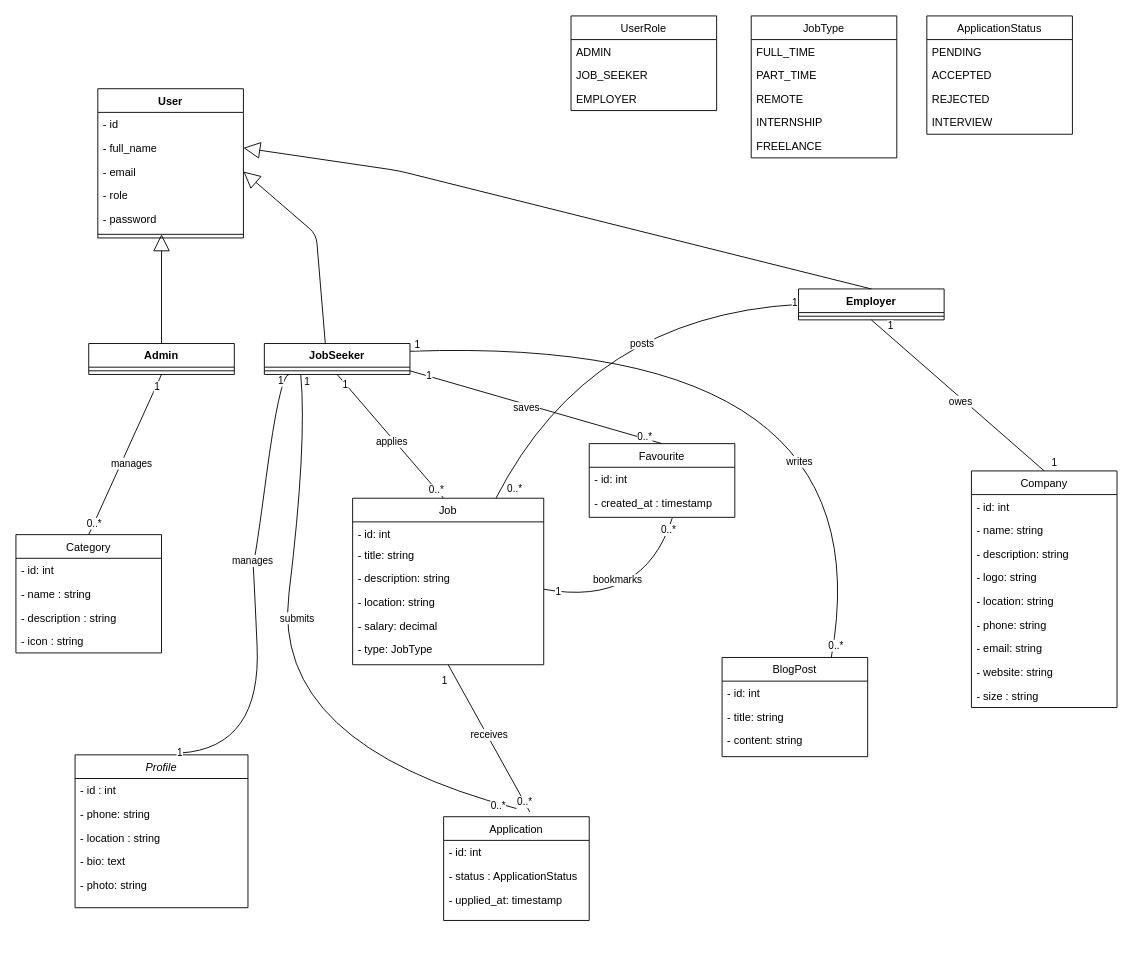
This is conception/uml_class.drawio from alimouad/job_portal_laravel, a draw.io file, before an edit. Source tidied: cells renumbered, new cells numbered last; positions are measured from the earlier drawing's top-left corner, leaving out a move shared by most shapes. Both pictures are drawn from the tidied source at 91%, with x=0, y=0 at pixel (15, 15).
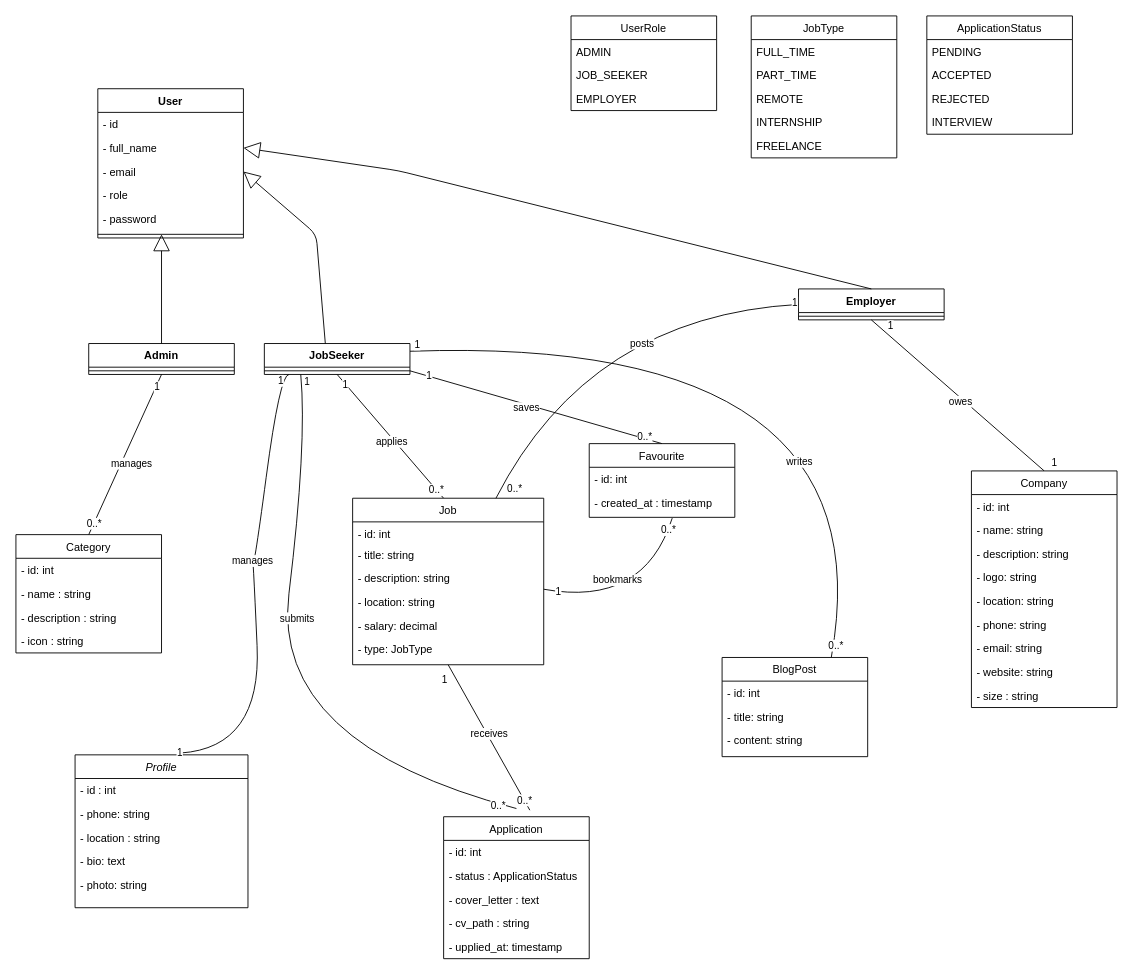
Above is the later version.

The edit, as a diff of the source:
```diff
@@
     <mxCell id="86" value="Application" style="swimlane;fontStyle=0;align=center;verticalAlign=top;horizontal=1;startSize=26;rounded=0;shadow=0;strokeWidth=1;" parent="1" vertex="1">
-      <mxGeometry x="470" y="880" width="160" height="114" as="geometry" />
+      <mxGeometry x="470" y="880" width="160" height="156" as="geometry" />
     </mxCell>
@@
+    <mxCell id="113" value="- cover_letter : text" style="text;align=left;verticalAlign=top;spacingLeft=4;spacingRight=4;overflow=hidden;rounded=0;shadow=0;html=0;" parent="86" vertex="1">
+      <mxGeometry y="78" width="160" height="26" as="geometry" />
+    </mxCell>
+    <mxCell id="114" value="- cv_path : string" style="text;align=left;verticalAlign=top;spacingLeft=4;spacingRight=4;overflow=hidden;rounded=0;shadow=0;html=0;" parent="86" vertex="1">
+      <mxGeometry y="104" width="160" height="26" as="geometry" />
+    </mxCell>
     <mxCell id="89" value="- upplied_at: timestamp" style="text;align=left;verticalAlign=top;spacingLeft=4;spacingRight=4;overflow=hidden;rounded=0;shadow=0;html=0;" parent="86" vertex="1">
-      <mxGeometry y="78" width="160" height="26" as="geometry" />
+      <mxGeometry y="130" width="160" height="26" as="geometry" />
     </mxCell>
```
